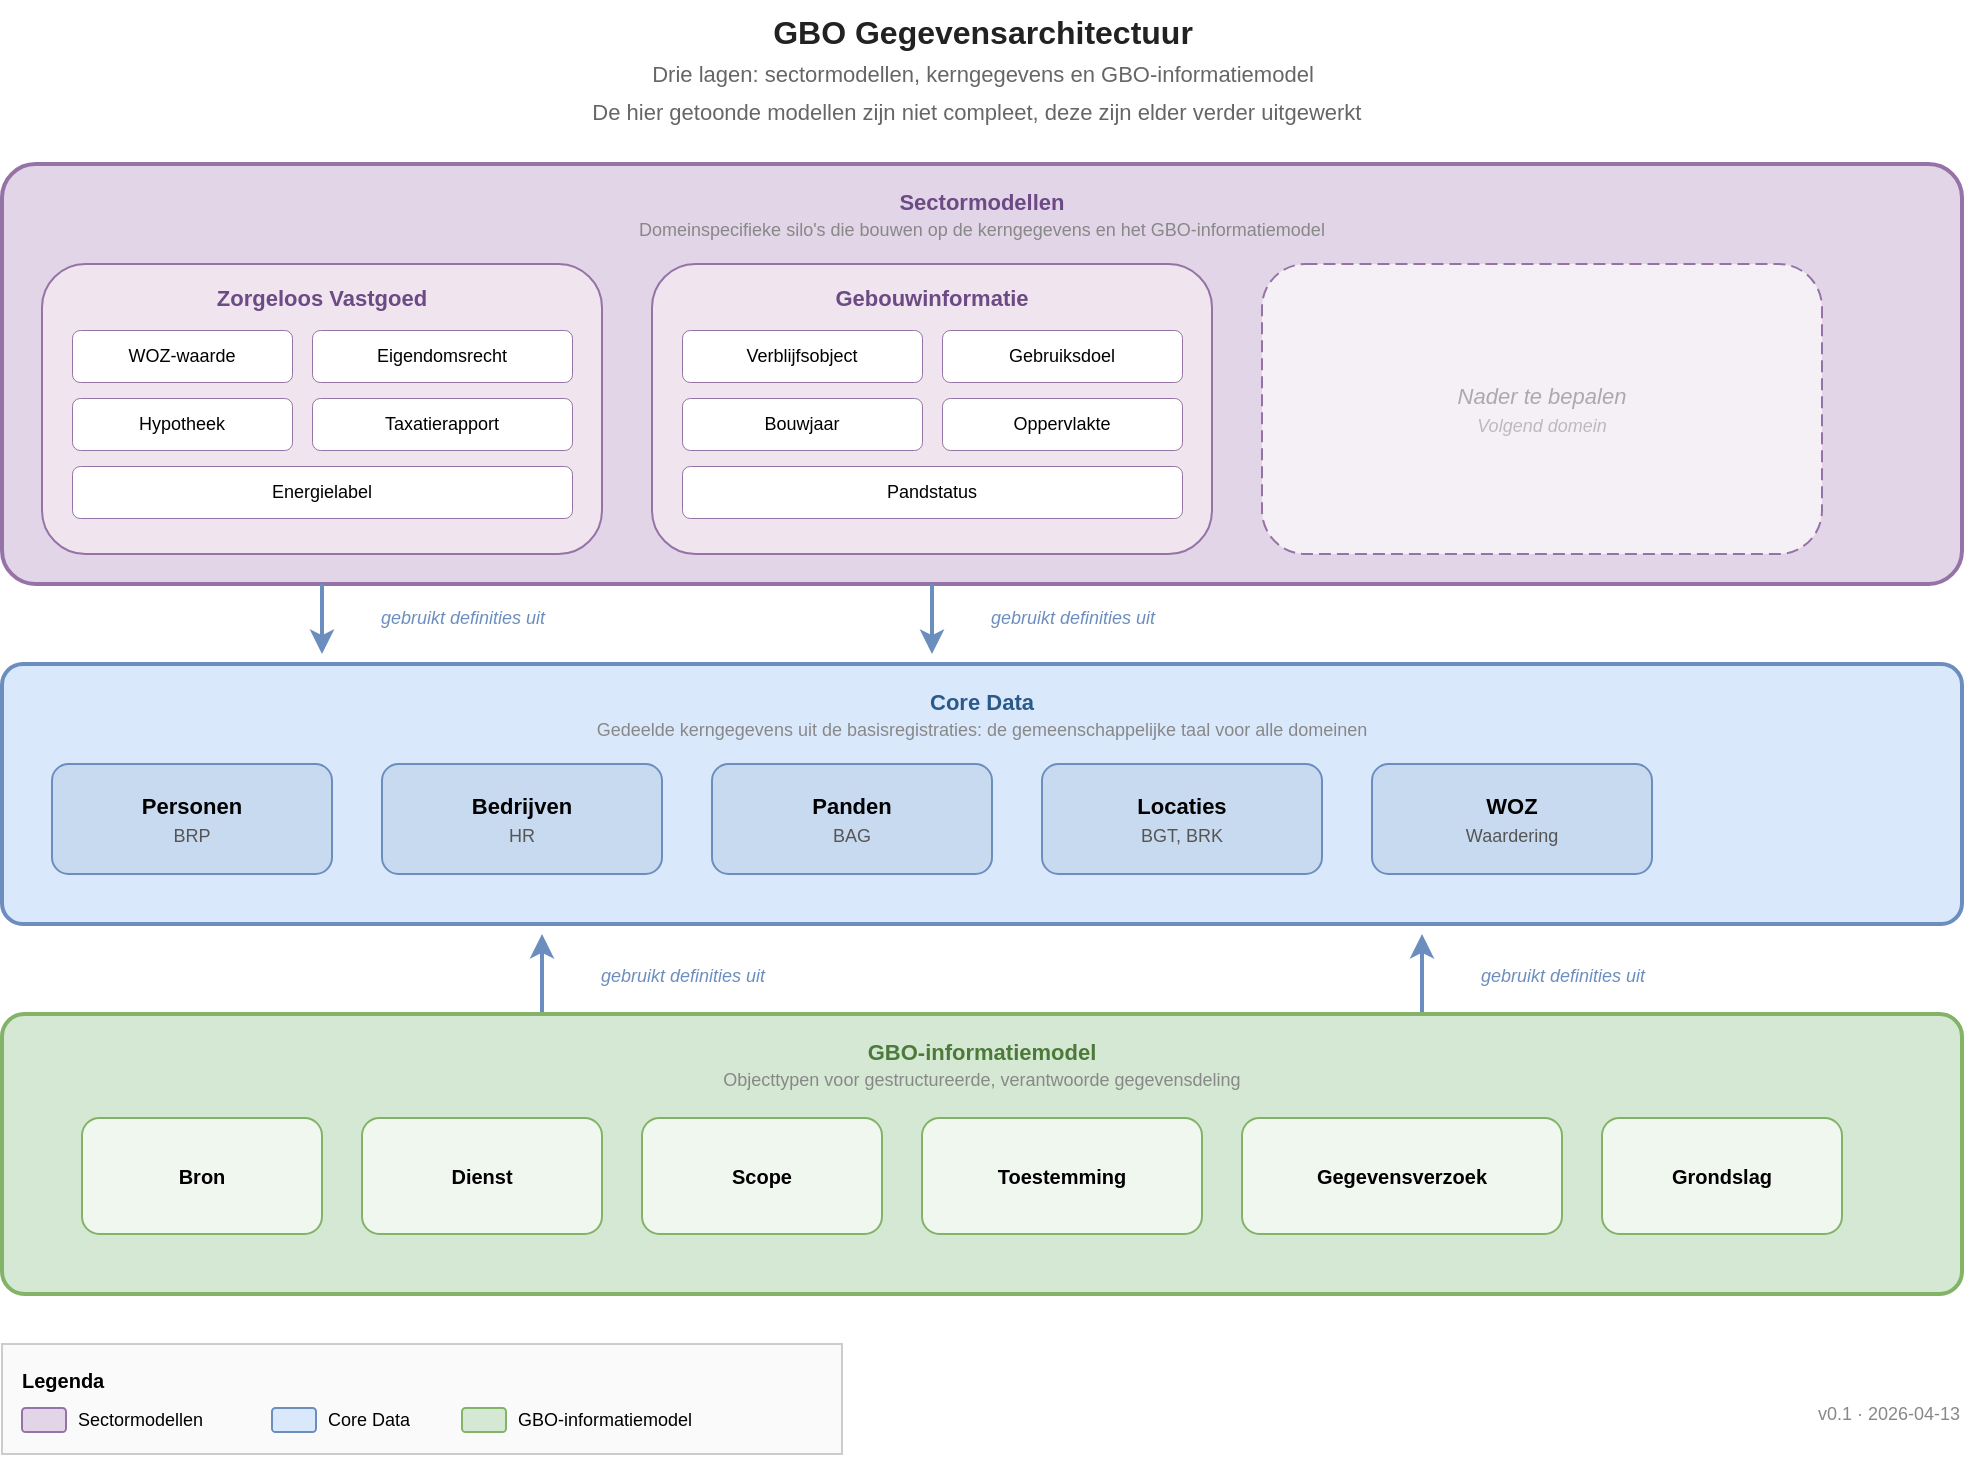
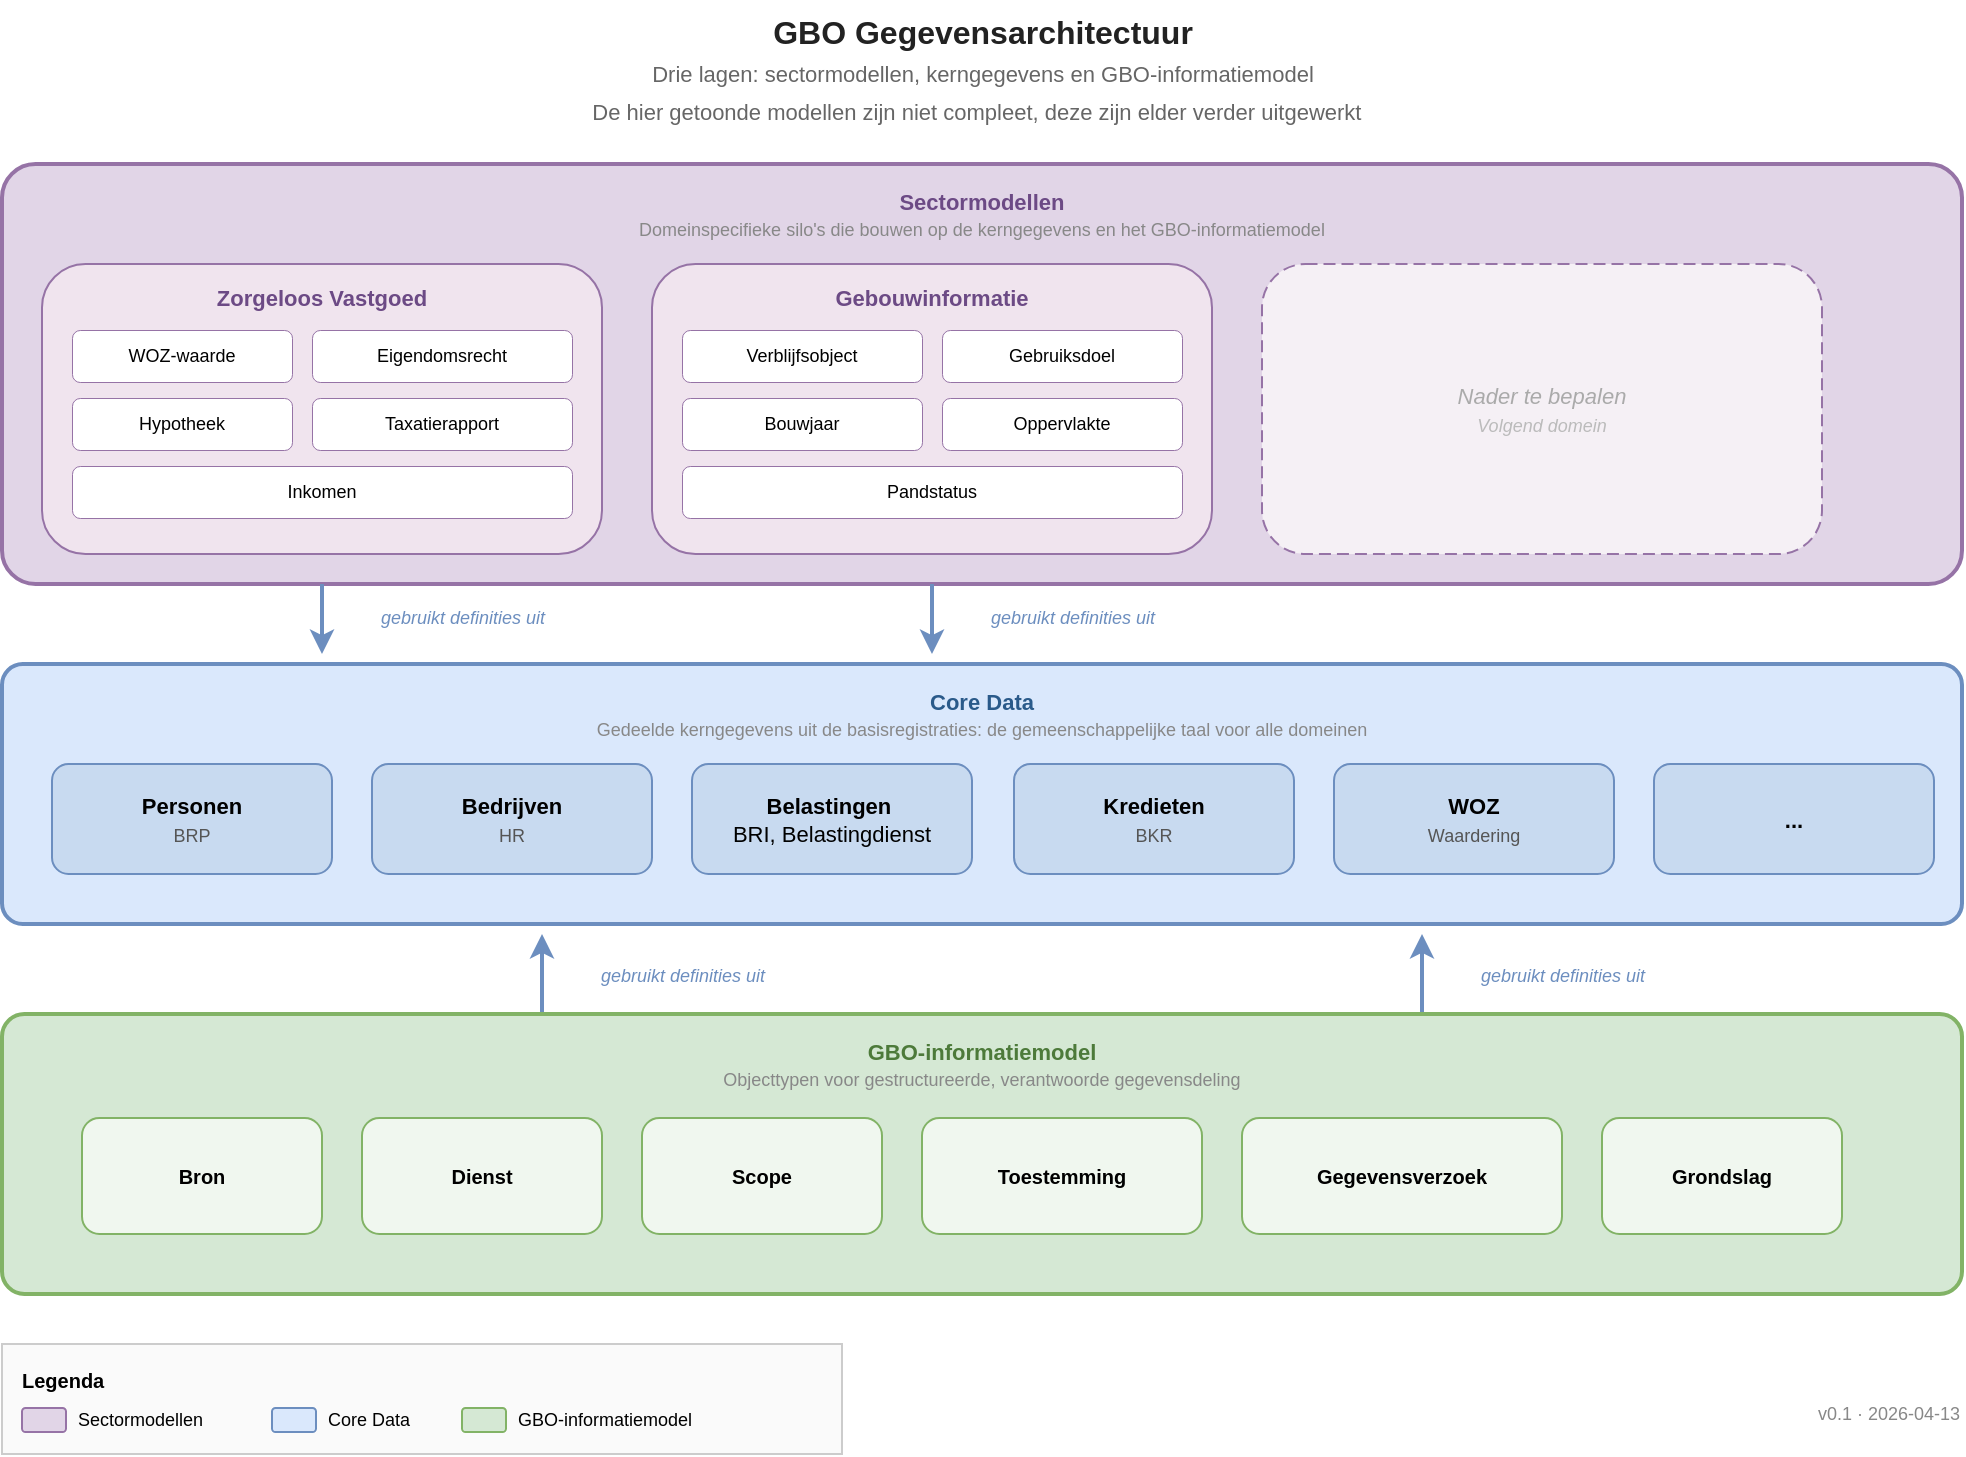
- <mxfile host="Electron" agent="Mozilla/5.0 (Macintosh; Intel Mac OS X 10_15_7) AppleWebKit/537.36 (KHTML, like Gecko) draw.io/29.6.6 Chrome/144.0.7559.236 Electron/40.8.4 Safari/537.36" version="29.6.6">
+ <mxfile host="Electron" agent="Mozilla/5.0 (Macintosh; Intel Mac OS X 10_15_7) AppleWebKit/537.36 (KHTML, like Gecko) draw.io/29.6.6 Chrome/144.0.7559.236 Electron/40.8.4 Safari/537.36">
  <diagram name="Gegevensarchitectuur" id="gbo-gegevensarchitectuur">
-     <mxGraphModel dx="2032" dy="877" grid="1" gridSize="10" guides="1" tooltips="1" connect="1" arrows="1" fold="1" page="1" pageScale="1" pageWidth="1100" pageHeight="820" math="0" shadow="0">
+     <mxGraphModel dx="1006" dy="777" grid="1" gridSize="10" guides="1" tooltips="1" connect="1" arrows="1" fold="1" page="1" pageScale="1" pageWidth="1100" pageHeight="820" math="0" shadow="0">
      <root>
        <mxCell id="0" />
        <mxCell id="1" parent="0" />
        <mxCell id="title" parent="1" style="text;html=1;align=center;verticalAlign=middle;resizable=0;points=[];autosize=1;strokeColor=none;fillColor=none;fontSize=16;fontColor=#222222;" value="&lt;b&gt;GBO Gegevensarchitectuur&lt;/b&gt;&lt;br&gt;&lt;font style=&quot;font-size:11px;color:#666&quot;&gt;Drie lagen: sectormodellen, kerngegevens en GBO-informatiemodel&lt;/font&gt;&lt;div&gt;&lt;font style=&quot;font-size:11px;color:#666&quot;&gt;De hier getoonde modellen zijn niet compleet, deze zijn elder verder uitgewerkt&amp;nbsp;&amp;nbsp;&lt;/font&gt;&lt;/div&gt;" vertex="1">
          <mxGeometry height="70" width="410" x="345" y="11" as="geometry" />
        </mxCell>
        <mxCell id="layer-sector" parent="1" style="rounded=1;whiteSpace=wrap;html=1;fillColor=#e1d5e7;strokeColor=#9673a6;strokeWidth=2;verticalAlign=top;fontSize=11;fontColor=#6c4a85;align=center;spacingTop=6;arcSize=8;" value="&lt;b&gt;Sectormodellen&lt;/b&gt;&lt;br&gt;&lt;font style=&quot;font-size:9px;color:#888&quot;&gt;Domeinspecifieke silo&#39;s die bouwen op de kerngegevens en het GBO-informatiemodel&lt;/font&gt;" vertex="1">
          <mxGeometry height="210" width="980" x="60" y="93" as="geometry" />
        </mxCell>
        <mxCell id="silo-zv" parent="1" style="rounded=1;whiteSpace=wrap;html=1;fillColor=#f0e4ee;strokeColor=#9673a6;strokeWidth=1;verticalAlign=top;fontSize=11;fontColor=#6c4a85;align=center;spacingTop=4;" value="&lt;b&gt;Zorgeloos Vastgoed&lt;/b&gt;" vertex="1">
          <mxGeometry height="145" width="280" x="80" y="143" as="geometry" />
        </mxCell>
        <mxCell id="zv-woz" parent="1" style="rounded=1;whiteSpace=wrap;html=1;fillColor=#ffffff;strokeColor=#9673a6;strokeWidth=0.5;verticalAlign=middle;fontSize=9;" value="WOZ-waarde" vertex="1">
          <mxGeometry height="26" width="110" x="95" y="176" as="geometry" />
        </mxCell>
        <mxCell id="zv-eigendom" parent="1" style="rounded=1;whiteSpace=wrap;html=1;fillColor=#ffffff;strokeColor=#9673a6;strokeWidth=0.5;verticalAlign=middle;fontSize=9;" value="Eigendomsrecht" vertex="1">
          <mxGeometry height="26" width="130" x="215" y="176" as="geometry" />
        </mxCell>
        <mxCell id="zv-hypotheek" parent="1" style="rounded=1;whiteSpace=wrap;html=1;fillColor=#ffffff;strokeColor=#9673a6;strokeWidth=0.5;verticalAlign=middle;fontSize=9;" value="Hypotheek" vertex="1">
          <mxGeometry height="26" width="110" x="95" y="210" as="geometry" />
        </mxCell>
        <mxCell id="zv-taxatie" parent="1" style="rounded=1;whiteSpace=wrap;html=1;fillColor=#ffffff;strokeColor=#9673a6;strokeWidth=0.5;verticalAlign=middle;fontSize=9;" value="Taxatierapport" vertex="1">
          <mxGeometry height="26" width="130" x="215" y="210" as="geometry" />
        </mxCell>
-         <mxCell id="zv-energie" parent="1" style="rounded=1;whiteSpace=wrap;html=1;fillColor=#ffffff;strokeColor=#9673a6;strokeWidth=0.5;verticalAlign=middle;fontSize=9;" value="Energielabel" vertex="1">
+         <mxCell id="zv-energie" parent="1" style="rounded=1;whiteSpace=wrap;html=1;fillColor=#ffffff;strokeColor=#9673a6;strokeWidth=0.5;verticalAlign=middle;fontSize=9;" value="Inkomen" vertex="1">
          <mxGeometry height="26" width="250" x="95" y="244" as="geometry" />
        </mxCell>
        <mxCell id="silo-gi" parent="1" style="rounded=1;whiteSpace=wrap;html=1;fillColor=#f0e4ee;strokeColor=#9673a6;strokeWidth=1;verticalAlign=top;fontSize=11;fontColor=#6c4a85;align=center;spacingTop=4;" value="&lt;b&gt;Gebouwinformatie&lt;/b&gt;" vertex="1">
          <mxGeometry height="145" width="280" x="385" y="143" as="geometry" />
        </mxCell>
        <mxCell id="gi-verblijf" parent="1" style="rounded=1;whiteSpace=wrap;html=1;fillColor=#ffffff;strokeColor=#9673a6;strokeWidth=0.5;verticalAlign=middle;fontSize=9;" value="Verblijfsobject" vertex="1">
          <mxGeometry height="26" width="120" x="400" y="176" as="geometry" />
        </mxCell>
        <mxCell id="gi-gebruik" parent="1" style="rounded=1;whiteSpace=wrap;html=1;fillColor=#ffffff;strokeColor=#9673a6;strokeWidth=0.5;verticalAlign=middle;fontSize=9;" value="Gebruiksdoel" vertex="1">
          <mxGeometry height="26" width="120" x="530" y="176" as="geometry" />
        </mxCell>
        <mxCell id="gi-bouwjaar" parent="1" style="rounded=1;whiteSpace=wrap;html=1;fillColor=#ffffff;strokeColor=#9673a6;strokeWidth=0.5;verticalAlign=middle;fontSize=9;" value="Bouwjaar" vertex="1">
          <mxGeometry height="26" width="120" x="400" y="210" as="geometry" />
        </mxCell>
        <mxCell id="gi-opp" parent="1" style="rounded=1;whiteSpace=wrap;html=1;fillColor=#ffffff;strokeColor=#9673a6;strokeWidth=0.5;verticalAlign=middle;fontSize=9;" value="Oppervlakte" vertex="1">
          <mxGeometry height="26" width="120" x="530" y="210" as="geometry" />
        </mxCell>
        <mxCell id="gi-status" parent="1" style="rounded=1;whiteSpace=wrap;html=1;fillColor=#ffffff;strokeColor=#9673a6;strokeWidth=0.5;verticalAlign=middle;fontSize=9;" value="Pandstatus" vertex="1">
          <mxGeometry height="26" width="250" x="400" y="244" as="geometry" />
        </mxCell>
        <mxCell id="silo-ntb" parent="1" style="rounded=1;whiteSpace=wrap;html=1;fillColor=#f5f0f5;strokeColor=#9673a6;strokeWidth=1;dashed=1;dashPattern=6 3;verticalAlign=middle;fontSize=11;fontColor=#aaa;fontStyle=2;align=center;" value="Nader te bepalen&lt;br&gt;&lt;font style=&quot;font-size:9px;color:#bbb&quot;&gt;Volgend domein&lt;/font&gt;" vertex="1">
          <mxGeometry height="145" width="280" x="690" y="143" as="geometry" />
        </mxCell>
        <mxCell id="arrow-sc1" edge="1" parent="1" style="endArrow=classic;html=1;strokeColor=#6c8ebf;strokeWidth=2;">
          <mxGeometry relative="1" as="geometry">
            <mxPoint x="220" y="303" as="sourcePoint" />
            <mxPoint x="220" y="338" as="targetPoint" />
          </mxGeometry>
        </mxCell>
        <mxCell id="arrow-sc1-label" parent="1" style="text;html=1;align=center;verticalAlign=middle;strokeColor=none;fillColor=none;fontSize=9;fontColor=#6c8ebf;fontStyle=2;" value="gebruikt definities uit" vertex="1">
          <mxGeometry height="18" width="120" x="230" y="311" as="geometry" />
        </mxCell>
        <mxCell id="arrow-sc2" edge="1" parent="1" style="endArrow=classic;html=1;strokeColor=#6c8ebf;strokeWidth=2;">
          <mxGeometry relative="1" as="geometry">
            <mxPoint x="525" y="303" as="sourcePoint" />
            <mxPoint x="525" y="338" as="targetPoint" />
          </mxGeometry>
        </mxCell>
        <mxCell id="arrow-sc2-label" parent="1" style="text;html=1;align=center;verticalAlign=middle;strokeColor=none;fillColor=none;fontSize=9;fontColor=#6c8ebf;fontStyle=2;" value="gebruikt definities uit" vertex="1">
          <mxGeometry height="18" width="120" x="535" y="311" as="geometry" />
        </mxCell>
        <mxCell id="layer-core" parent="1" style="rounded=1;whiteSpace=wrap;html=1;fillColor=#dae8fc;strokeColor=#6c8ebf;strokeWidth=2;verticalAlign=top;fontSize=11;fontColor=#2a5a8a;align=center;spacingTop=6;arcSize=8;" value="&lt;b&gt;Core Data&lt;/b&gt;&lt;br&gt;&lt;font style=&quot;font-size:9px;color:#888&quot;&gt;Gedeelde kerngegevens uit de basisregistraties: de gemeenschappelijke taal voor alle domeinen&lt;/font&gt;" vertex="1">
          <mxGeometry height="130" width="980" x="60" y="343" as="geometry" />
        </mxCell>
        <mxCell id="core-personen" parent="1" style="rounded=1;whiteSpace=wrap;html=1;fillColor=#c8daf0;strokeColor=#6c8ebf;strokeWidth=1;verticalAlign=middle;fontSize=11;" value="&lt;b&gt;Personen&lt;/b&gt;&lt;br&gt;&lt;font style=&quot;font-size:9px;color:#555&quot;&gt;BRP&lt;/font&gt;" vertex="1">
          <mxGeometry height="55" width="140" x="85" y="393" as="geometry" />
        </mxCell>
        <mxCell id="core-bedrijven" parent="1" style="rounded=1;whiteSpace=wrap;html=1;fillColor=#c8daf0;strokeColor=#6c8ebf;strokeWidth=1;verticalAlign=middle;fontSize=11;" value="&lt;b&gt;Bedrijven&lt;/b&gt;&lt;br&gt;&lt;font style=&quot;font-size:9px;color:#555&quot;&gt;HR&lt;/font&gt;" vertex="1">
-           <mxGeometry height="55" width="140" x="250" y="393" as="geometry" />
+           <mxGeometry height="55" width="140" x="245" y="393" as="geometry" />
        </mxCell>
-         <mxCell id="core-panden" parent="1" style="rounded=1;whiteSpace=wrap;html=1;fillColor=#c8daf0;strokeColor=#6c8ebf;strokeWidth=1;verticalAlign=middle;fontSize=11;" value="&lt;b&gt;Panden&lt;/b&gt;&lt;br&gt;&lt;font style=&quot;font-size:9px;color:#555&quot;&gt;BAG&lt;/font&gt;" vertex="1">
-           <mxGeometry height="55" width="140" x="415" y="393" as="geometry" />
+         <mxCell id="core-panden" parent="1" style="rounded=1;whiteSpace=wrap;html=1;fillColor=#c8daf0;strokeColor=#6c8ebf;strokeWidth=1;verticalAlign=middle;fontSize=11;" value="&lt;b&gt;Belastingen&amp;nbsp;&lt;/b&gt;&lt;div&gt;BRI, Belastingdienst&lt;/div&gt;" vertex="1">
+           <mxGeometry height="55" width="140" x="405" y="393" as="geometry" />
        </mxCell>
-         <mxCell id="core-locaties" parent="1" style="rounded=1;whiteSpace=wrap;html=1;fillColor=#c8daf0;strokeColor=#6c8ebf;strokeWidth=1;verticalAlign=middle;fontSize=11;" value="&lt;b&gt;Locaties&lt;/b&gt;&lt;br&gt;&lt;font style=&quot;font-size:9px;color:#555&quot;&gt;BGT, BRK&lt;/font&gt;" vertex="1">
-           <mxGeometry height="55" width="140" x="580" y="393" as="geometry" />
+         <mxCell id="core-locaties" parent="1" style="rounded=1;whiteSpace=wrap;html=1;fillColor=#c8daf0;strokeColor=#6c8ebf;strokeWidth=1;verticalAlign=middle;fontSize=11;" value="&lt;b&gt;Kredieten&lt;/b&gt;&lt;br&gt;&lt;font style=&quot;font-size:9px;color:#555&quot;&gt;BKR&lt;/font&gt;" vertex="1">
+           <mxGeometry height="55" width="140" x="566" y="393" as="geometry" />
        </mxCell>
        <mxCell id="core-woz" parent="1" style="rounded=1;whiteSpace=wrap;html=1;fillColor=#c8daf0;strokeColor=#6c8ebf;strokeWidth=1;verticalAlign=middle;fontSize=11;" value="&lt;b&gt;WOZ&lt;/b&gt;&lt;br&gt;&lt;font style=&quot;font-size:9px;color:#555&quot;&gt;Waardering&lt;/font&gt;" vertex="1">
-           <mxGeometry height="55" width="140" x="745" y="393" as="geometry" />
+           <mxGeometry height="55" width="140" x="726" y="393" as="geometry" />
        </mxCell>
        <mxCell id="arrow-gc1" edge="1" parent="1" style="endArrow=classic;html=1;strokeColor=#6c8ebf;strokeWidth=2;">
          <mxGeometry relative="1" as="geometry">
            <mxPoint x="330" y="518" as="sourcePoint" />
            <mxPoint x="330" y="478" as="targetPoint" />
          </mxGeometry>
        </mxCell>
        <mxCell id="arrow-gc1-label" parent="1" style="text;html=1;align=center;verticalAlign=middle;strokeColor=none;fillColor=none;fontSize=9;fontColor=#6c8ebf;fontStyle=2;" value="gebruikt definities uit" vertex="1">
          <mxGeometry height="18" width="120" x="340" y="490" as="geometry" />
        </mxCell>
        <mxCell id="arrow-gc2" edge="1" parent="1" style="endArrow=classic;html=1;strokeColor=#6c8ebf;strokeWidth=2;">
          <mxGeometry relative="1" as="geometry">
            <mxPoint x="770" y="518" as="sourcePoint" />
            <mxPoint x="770" y="478" as="targetPoint" />
          </mxGeometry>
        </mxCell>
        <mxCell id="arrow-gc2-label" parent="1" style="text;html=1;align=center;verticalAlign=middle;strokeColor=none;fillColor=none;fontSize=9;fontColor=#6c8ebf;fontStyle=2;" value="gebruikt definities uit" vertex="1">
          <mxGeometry height="18" width="120" x="780" y="490" as="geometry" />
        </mxCell>
        <mxCell id="layer-gbo" parent="1" style="rounded=1;whiteSpace=wrap;html=1;fillColor=#d5e8d4;strokeColor=#82b366;strokeWidth=2;verticalAlign=top;fontSize=11;fontColor=#4d7a3a;align=center;spacingTop=6;arcSize=8;" value="&lt;b&gt;GBO-informatiemodel&lt;/b&gt;&lt;br&gt;&lt;font style=&quot;font-size:9px;color:#888&quot;&gt;Objecttypen voor gestructureerde, verantwoorde gegevensdeling&lt;/font&gt;" vertex="1">
          <mxGeometry height="140" width="980" x="60" y="518" as="geometry" />
        </mxCell>
        <mxCell id="gbo-bron" parent="1" style="rounded=1;whiteSpace=wrap;html=1;fillColor=#f0f7ef;strokeColor=#82b366;strokeWidth=1;verticalAlign=middle;fontSize=10;" value="&lt;b&gt;Bron&lt;/b&gt;" vertex="1">
          <mxGeometry height="58" width="120" x="100" y="570" as="geometry" />
        </mxCell>
        <mxCell id="gbo-dienst" parent="1" style="rounded=1;whiteSpace=wrap;html=1;fillColor=#f0f7ef;strokeColor=#82b366;strokeWidth=1;verticalAlign=middle;fontSize=10;" value="&lt;b&gt;Dienst&lt;/b&gt;" vertex="1">
          <mxGeometry height="58" width="120" x="240" y="570" as="geometry" />
        </mxCell>
        <mxCell id="gbo-scope" parent="1" style="rounded=1;whiteSpace=wrap;html=1;fillColor=#f0f7ef;strokeColor=#82b366;strokeWidth=1;verticalAlign=middle;fontSize=10;" value="&lt;b&gt;Scope&lt;/b&gt;" vertex="1">
          <mxGeometry height="58" width="120" x="380" y="570" as="geometry" />
        </mxCell>
        <mxCell id="gbo-toestemming" parent="1" style="rounded=1;whiteSpace=wrap;html=1;fillColor=#f0f7ef;strokeColor=#82b366;strokeWidth=1;verticalAlign=middle;fontSize=10;" value="&lt;b&gt;Toestemming&lt;/b&gt;" vertex="1">
          <mxGeometry height="58" width="140" x="520" y="570" as="geometry" />
        </mxCell>
        <mxCell id="gbo-verzoek" parent="1" style="rounded=1;whiteSpace=wrap;html=1;fillColor=#f0f7ef;strokeColor=#82b366;strokeWidth=1;verticalAlign=middle;fontSize=10;" value="&lt;b&gt;Gegevensverzoek&lt;/b&gt;" vertex="1">
          <mxGeometry height="58" width="160" x="680" y="570" as="geometry" />
        </mxCell>
        <mxCell id="gbo-grondslag" parent="1" style="rounded=1;whiteSpace=wrap;html=1;fillColor=#f0f7ef;strokeColor=#82b366;strokeWidth=1;verticalAlign=middle;fontSize=10;" value="&lt;b&gt;Grondslag&lt;/b&gt;" vertex="1">
          <mxGeometry height="58" width="120" x="860" y="570" as="geometry" />
        </mxCell>
        <mxCell id="legend-box" parent="1" style="rounded=0;whiteSpace=wrap;html=1;fillColor=#fafafa;strokeColor=#cccccc;strokeWidth=1;verticalAlign=top;align=left;fontSize=10;spacingLeft=8;spacingTop=6;" value="&lt;b&gt;Legenda&lt;/b&gt;" vertex="1">
          <mxGeometry height="55" width="420" x="60" y="683" as="geometry" />
        </mxCell>
        <mxCell id="leg1" parent="1" style="rounded=1;whiteSpace=wrap;html=1;fillColor=#e1d5e7;strokeColor=#9673a6;strokeWidth=1;fontSize=9;" value="" vertex="1">
          <mxGeometry height="12" width="22" x="70" y="715" as="geometry" />
        </mxCell>
        <mxCell id="leg1t" parent="1" style="text;html=1;align=left;verticalAlign=middle;strokeColor=none;fillColor=none;fontSize=9;" value="Sectormodellen" vertex="1">
          <mxGeometry height="20" width="85" x="96" y="711" as="geometry" />
        </mxCell>
        <mxCell id="leg2" parent="1" style="rounded=1;whiteSpace=wrap;html=1;fillColor=#dae8fc;strokeColor=#6c8ebf;strokeWidth=1;fontSize=9;" value="" vertex="1">
          <mxGeometry height="12" width="22" x="195" y="715" as="geometry" />
        </mxCell>
        <mxCell id="leg2t" parent="1" style="text;html=1;align=left;verticalAlign=middle;strokeColor=none;fillColor=none;fontSize=9;" value="Core Data" vertex="1">
          <mxGeometry height="20" width="65" x="221" y="711" as="geometry" />
        </mxCell>
        <mxCell id="leg3" parent="1" style="rounded=1;whiteSpace=wrap;html=1;fillColor=#d5e8d4;strokeColor=#82b366;strokeWidth=1;fontSize=9;" value="" vertex="1">
          <mxGeometry height="12" width="22" x="290" y="715" as="geometry" />
        </mxCell>
        <mxCell id="leg3t" parent="1" style="text;html=1;align=left;verticalAlign=middle;strokeColor=none;fillColor=none;fontSize=9;" value="GBO-informatiemodel" vertex="1">
          <mxGeometry height="20" width="120" x="316" y="711" as="geometry" />
        </mxCell>
        <mxCell id="version" parent="1" style="text;html=1;align=right;verticalAlign=middle;strokeColor=none;fillColor=none;fontSize=9;fontColor=#888888;" value="v0.1 &amp;middot; 2026-04-13" vertex="1">
          <mxGeometry height="20" width="160" x="880" y="708" as="geometry" />
        </mxCell>
+         <mxCell id="Il_0T0UKi9FZB3m0dXk6-1" parent="1" style="rounded=1;whiteSpace=wrap;html=1;fillColor=#c8daf0;strokeColor=#6c8ebf;strokeWidth=1;verticalAlign=middle;fontSize=11;" value="&lt;b&gt;...&lt;/b&gt;" vertex="1">
+           <mxGeometry height="55" width="140" x="886" y="393" as="geometry" />
+         </mxCell>
      </root>
    </mxGraphModel>
  </diagram>
</mxfile>
